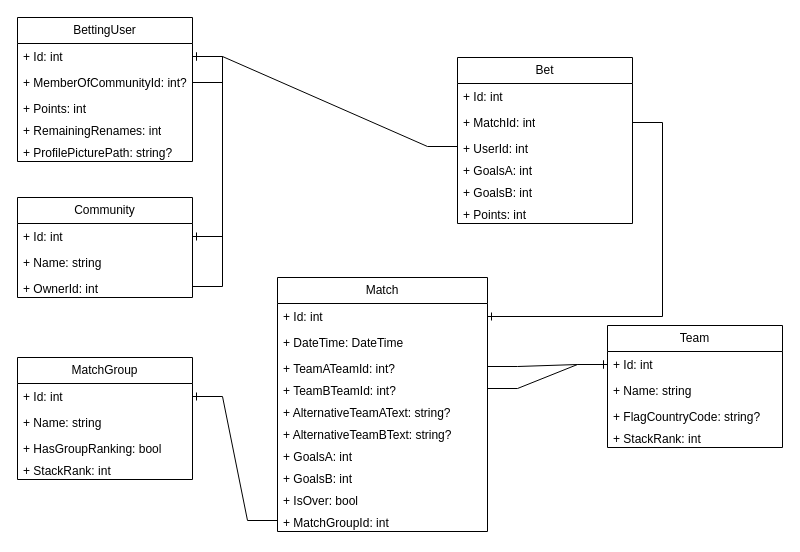
The draw.io diagram ImbaBetWeb/Design/Model.drawio in ErrorNotFound/ImbaBet, before the edit. Source tidied: cells renumbered, new cells numbered last; positions are measured from the earlier drawing's top-left corner, leaving out a move shared by most shapes. Both pictures are drawn from the tidied source at 100%, with x=0, y=0 at pixel (17, 17).
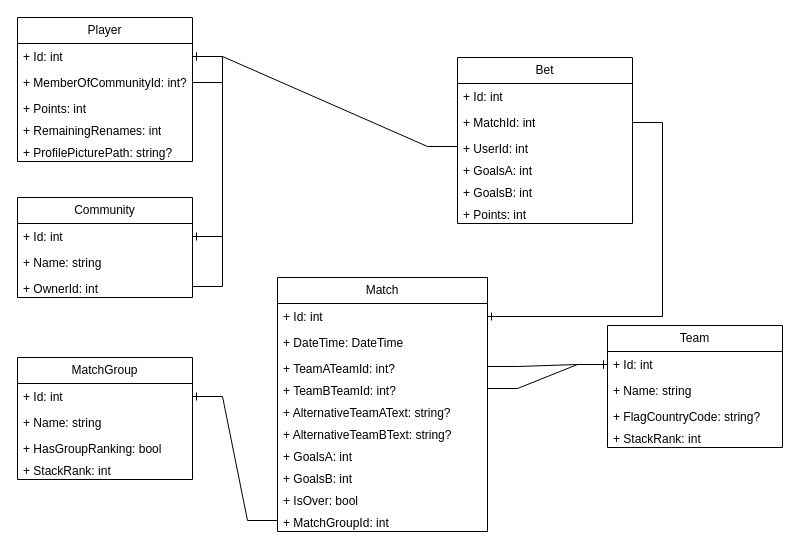
The same diagram, later.

What changed in the source:
```diff
@@
-    <mxCell id="34" value="BettingUser" style="swimlane;fontStyle=0;horizontal=1;startSize=26;fillColor=none;whiteSpace=wrap;html=1;" parent="1" vertex="1">
+    <mxCell id="34" value="Player" style="swimlane;fontStyle=0;horizontal=1;startSize=26;fillColor=none;whiteSpace=wrap;html=1;" parent="1" vertex="1">
       <mxGeometry width="175" height="144" as="geometry" />
     </mxCell>
```
